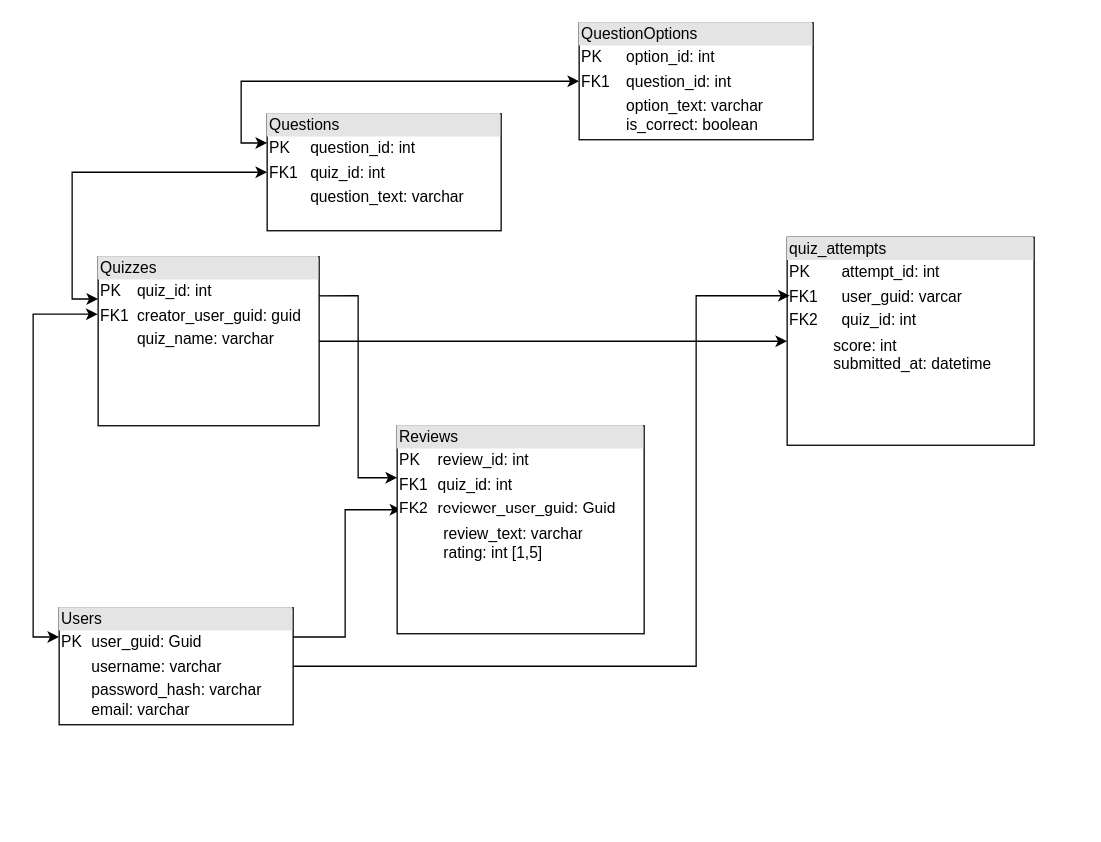
This is UI_Design_And_Diagrams/Diagrams/DatabaseDiagram.drawio from Tonari239/Web-QuizReviewer, a draw.io file, before an edit. Source tidied: cells renumbered, new cells numbered last; positions are measured from the earlier drawing's top-left corner, leaving out a move shared by most shapes. Both pictures are drawn from the tidied source at 130%, with x=0, y=0 at pixel (58, 22).
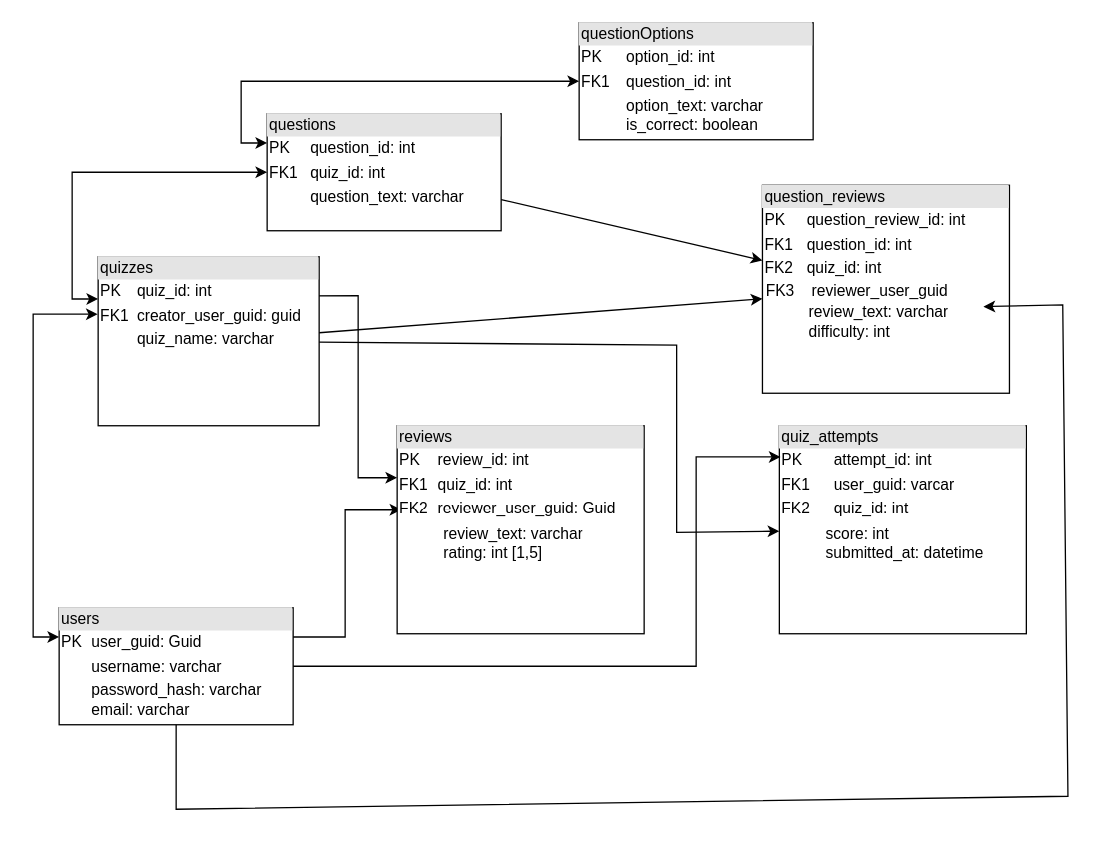
After the change.

Unchanged cells that the change refers to:
```xml
<mxCell id="11" style="group;" parent="1" vertex="1">
  <mxGeometry x="260" y="310" width="190" height="160" as="geometry" />
</mxCell>
<mxCell id="15" value="&lt;div style=&quot;box-sizing: border-box; width: 100%; background: rgb(228, 228, 228); padding: 2px;&quot;&gt;quiz_attempts&lt;/div&gt;&lt;table style=&quot;width:100%;font-size:1em;&quot; cellpadding=&quot;2&quot; cellspacing=&quot;0&quot;&gt;&lt;tbody&gt;&lt;tr&gt;&lt;td&gt;PK&lt;/td&gt;&lt;td&gt;attempt_id: int&lt;/td&gt;&lt;/tr&gt;&lt;tr&gt;&lt;td&gt;FK1&lt;/td&gt;&lt;td&gt;user_guid: varcar&lt;/td&gt;&lt;/tr&gt;&lt;tr&gt;&lt;td&gt;FK2&lt;/td&gt;&lt;td&gt;quiz_id: int&lt;/td&gt;&lt;/tr&gt;&lt;/tbody&gt;&lt;/table&gt;" style="verticalAlign=top;align=left;overflow=fill;html=1;whiteSpace=wrap;" parent="14" vertex="1">
  <mxGeometry width="190" height="160" as="geometry" />
</mxCell>
```

The edit, as a diff of the source:
```diff
@@
-    <mxCell id="3" value="&lt;div style=&quot;box-sizing: border-box; width: 100%; background: rgb(228, 228, 228); padding: 2px;&quot;&gt;Users&lt;/div&gt;&lt;table style=&quot;width:100%;font-size:1em;&quot; cellpadding=&quot;2&quot; cellspacing=&quot;0&quot;&gt;&lt;tbody&gt;&lt;tr&gt;&lt;td&gt;PK&lt;/td&gt;&lt;td&gt;user_guid: Guid&lt;/td&gt;&lt;/tr&gt;&lt;tr&gt;&lt;td&gt;&lt;br&gt;&lt;/td&gt;&lt;td&gt;username: varchar&lt;/td&gt;&lt;/tr&gt;&lt;tr&gt;&lt;td&gt;&lt;/td&gt;&lt;td&gt;password_hash: varchar&lt;br&gt;email: varchar&lt;/td&gt;&lt;/tr&gt;&lt;/tbody&gt;&lt;/table&gt;" style="verticalAlign=top;align=left;overflow=fill;html=1;whiteSpace=wrap;" parent="1" vertex="1">
+    <mxCell id="3" value="&lt;div style=&quot;box-sizing: border-box; width: 100%; background: rgb(228, 228, 228); padding: 2px;&quot;&gt;users&lt;/div&gt;&lt;table style=&quot;width:100%;font-size:1em;&quot; cellpadding=&quot;2&quot; cellspacing=&quot;0&quot;&gt;&lt;tbody&gt;&lt;tr&gt;&lt;td&gt;PK&lt;/td&gt;&lt;td&gt;user_guid: Guid&lt;/td&gt;&lt;/tr&gt;&lt;tr&gt;&lt;td&gt;&lt;br&gt;&lt;/td&gt;&lt;td&gt;username: varchar&lt;/td&gt;&lt;/tr&gt;&lt;tr&gt;&lt;td&gt;&lt;/td&gt;&lt;td&gt;password_hash: varchar&lt;br&gt;email: varchar&lt;/td&gt;&lt;/tr&gt;&lt;/tbody&gt;&lt;/table&gt;" style="verticalAlign=top;align=left;overflow=fill;html=1;whiteSpace=wrap;" parent="1" vertex="1">
       <mxGeometry y="450" width="180" height="90" as="geometry" />
     </mxCell>
@@
-    <mxCell id="5" value="&lt;div style=&quot;box-sizing: border-box; width: 100%; background: rgb(228, 228, 228); padding: 2px;&quot;&gt;Quizzes&lt;/div&gt;&lt;table style=&quot;width:100%;font-size:1em;&quot; cellpadding=&quot;2&quot; cellspacing=&quot;0&quot;&gt;&lt;tbody&gt;&lt;tr&gt;&lt;td&gt;PK&lt;/td&gt;&lt;td&gt;quiz_id: int&lt;/td&gt;&lt;/tr&gt;&lt;tr&gt;&lt;td&gt;FK1&lt;/td&gt;&lt;td&gt;creator_user_guid: guid&lt;/td&gt;&lt;/tr&gt;&lt;tr&gt;&lt;td&gt;&lt;/td&gt;&lt;td&gt;quiz_name: varchar&lt;br&gt;&lt;br&gt;&lt;br&gt;&lt;br&gt;&lt;br&gt;&lt;br&gt;&lt;/td&gt;&lt;/tr&gt;&lt;/tbody&gt;&lt;/table&gt;" style="verticalAlign=top;align=left;overflow=fill;html=1;whiteSpace=wrap;" parent="1" vertex="1">
+    <mxCell id="5" value="&lt;div style=&quot;box-sizing: border-box; width: 100%; background: rgb(228, 228, 228); padding: 2px;&quot;&gt;quizzes&lt;/div&gt;&lt;table style=&quot;width:100%;font-size:1em;&quot; cellpadding=&quot;2&quot; cellspacing=&quot;0&quot;&gt;&lt;tbody&gt;&lt;tr&gt;&lt;td&gt;PK&lt;/td&gt;&lt;td&gt;quiz_id: int&lt;/td&gt;&lt;/tr&gt;&lt;tr&gt;&lt;td&gt;FK1&lt;/td&gt;&lt;td&gt;creator_user_guid: guid&lt;/td&gt;&lt;/tr&gt;&lt;tr&gt;&lt;td&gt;&lt;/td&gt;&lt;td&gt;quiz_name: varchar&lt;br&gt;&lt;br&gt;&lt;br&gt;&lt;br&gt;&lt;br&gt;&lt;br&gt;&lt;/td&gt;&lt;/tr&gt;&lt;/tbody&gt;&lt;/table&gt;" style="verticalAlign=top;align=left;overflow=fill;html=1;whiteSpace=wrap;" parent="1" vertex="1">
       <mxGeometry x="30" y="180" width="170" height="130" as="geometry" />
     </mxCell>
@@
-    <mxCell id="8" value="&lt;div style=&quot;box-sizing: border-box; width: 100%; background: rgb(228, 228, 228); padding: 2px;&quot;&gt;Questions&lt;/div&gt;&lt;table style=&quot;width:100%;font-size:1em;&quot; cellpadding=&quot;2&quot; cellspacing=&quot;0&quot;&gt;&lt;tbody&gt;&lt;tr&gt;&lt;td&gt;PK&lt;/td&gt;&lt;td&gt;question_id: int&lt;/td&gt;&lt;/tr&gt;&lt;tr&gt;&lt;td&gt;FK1&lt;/td&gt;&lt;td&gt;quiz_id: int&lt;/td&gt;&lt;/tr&gt;&lt;tr&gt;&lt;td&gt;&lt;/td&gt;&lt;td&gt;question_text: varchar&lt;/td&gt;&lt;/tr&gt;&lt;/tbody&gt;&lt;/table&gt;" style="verticalAlign=top;align=left;overflow=fill;html=1;whiteSpace=wrap;" parent="1" vertex="1">
+    <mxCell id="8" value="&lt;div style=&quot;box-sizing: border-box; width: 100%; background: rgb(228, 228, 228); padding: 2px;&quot;&gt;questions&lt;/div&gt;&lt;table style=&quot;width:100%;font-size:1em;&quot; cellpadding=&quot;2&quot; cellspacing=&quot;0&quot;&gt;&lt;tbody&gt;&lt;tr&gt;&lt;td&gt;PK&lt;/td&gt;&lt;td&gt;question_id: int&lt;/td&gt;&lt;/tr&gt;&lt;tr&gt;&lt;td&gt;FK1&lt;/td&gt;&lt;td&gt;quiz_id: int&lt;/td&gt;&lt;/tr&gt;&lt;tr&gt;&lt;td&gt;&lt;/td&gt;&lt;td&gt;question_text: varchar&lt;/td&gt;&lt;/tr&gt;&lt;/tbody&gt;&lt;/table&gt;" style="verticalAlign=top;align=left;overflow=fill;html=1;whiteSpace=wrap;" parent="1" vertex="1">
       <mxGeometry x="160" y="70" width="180" height="90" as="geometry" />
     </mxCell>
-    <mxCell id="9" value="&lt;div style=&quot;box-sizing: border-box; width: 100%; background: rgb(228, 228, 228); padding: 2px;&quot;&gt;QuestionOptions&lt;/div&gt;&lt;table style=&quot;width:100%;font-size:1em;&quot; cellpadding=&quot;2&quot; cellspacing=&quot;0&quot;&gt;&lt;tbody&gt;&lt;tr&gt;&lt;td&gt;PK&lt;/td&gt;&lt;td&gt;option_id: int&lt;/td&gt;&lt;/tr&gt;&lt;tr&gt;&lt;td&gt;FK1&lt;/td&gt;&lt;td&gt;question_id: int&lt;/td&gt;&lt;/tr&gt;&lt;tr&gt;&lt;td&gt;&lt;/td&gt;&lt;td&gt;option_text: varchar&lt;br&gt;is_correct: boolean&lt;/td&gt;&lt;/tr&gt;&lt;/tbody&gt;&lt;/table&gt;" style="verticalAlign=top;align=left;overflow=fill;html=1;whiteSpace=wrap;" parent="1" vertex="1">
+    <mxCell id="9" value="&lt;div style=&quot;box-sizing: border-box; width: 100%; background: rgb(228, 228, 228); padding: 2px;&quot;&gt;questionOptions&lt;/div&gt;&lt;table style=&quot;width:100%;font-size:1em;&quot; cellpadding=&quot;2&quot; cellspacing=&quot;0&quot;&gt;&lt;tbody&gt;&lt;tr&gt;&lt;td&gt;PK&lt;/td&gt;&lt;td&gt;option_id: int&lt;/td&gt;&lt;/tr&gt;&lt;tr&gt;&lt;td&gt;FK1&lt;/td&gt;&lt;td&gt;question_id: int&lt;/td&gt;&lt;/tr&gt;&lt;tr&gt;&lt;td&gt;&lt;/td&gt;&lt;td&gt;option_text: varchar&lt;br&gt;is_correct: boolean&lt;/td&gt;&lt;/tr&gt;&lt;/tbody&gt;&lt;/table&gt;" style="verticalAlign=top;align=left;overflow=fill;html=1;whiteSpace=wrap;" parent="1" vertex="1">
       <mxGeometry x="400" width="180" height="90" as="geometry" />
     </mxCell>
@@
-    <mxCell id="12" value="&lt;div style=&quot;box-sizing: border-box; width: 100%; background: rgb(228, 228, 228); padding: 2px;&quot;&gt;Reviews&lt;/div&gt;&lt;table style=&quot;width:100%;font-size:1em;&quot; cellpadding=&quot;2&quot; cellspacing=&quot;0&quot;&gt;&lt;tbody&gt;&lt;tr&gt;&lt;td&gt;PK&lt;/td&gt;&lt;td&gt;review_id: int&lt;/td&gt;&lt;/tr&gt;&lt;tr&gt;&lt;td&gt;FK1&lt;/td&gt;&lt;td&gt;quiz_id: int&lt;/td&gt;&lt;/tr&gt;&lt;tr&gt;&lt;td&gt;FK2&lt;/td&gt;&lt;td&gt;reviewer_user_guid: Guid&lt;/td&gt;&lt;/tr&gt;&lt;/tbody&gt;&lt;/table&gt;" style="verticalAlign=top;align=left;overflow=fill;html=1;whiteSpace=wrap;" parent="11" vertex="1">
+    <mxCell id="12" value="&lt;div style=&quot;box-sizing: border-box; width: 100%; background: rgb(228, 228, 228); padding: 2px;&quot;&gt;reviews&lt;/div&gt;&lt;table style=&quot;width:100%;font-size:1em;&quot; cellpadding=&quot;2&quot; cellspacing=&quot;0&quot;&gt;&lt;tbody&gt;&lt;tr&gt;&lt;td&gt;PK&lt;/td&gt;&lt;td&gt;review_id: int&lt;/td&gt;&lt;/tr&gt;&lt;tr&gt;&lt;td&gt;FK1&lt;/td&gt;&lt;td&gt;quiz_id: int&lt;/td&gt;&lt;/tr&gt;&lt;tr&gt;&lt;td&gt;FK2&lt;/td&gt;&lt;td&gt;reviewer_user_guid: Guid&lt;/td&gt;&lt;/tr&gt;&lt;/tbody&gt;&lt;/table&gt;" style="verticalAlign=top;align=left;overflow=fill;html=1;whiteSpace=wrap;" parent="11" vertex="1">
       <mxGeometry width="190" height="160" as="geometry" />
     </mxCell>
@@
     <mxCell id="14" style="group;" parent="1" vertex="1">
-      <mxGeometry x="560" y="165" width="190" height="160" as="geometry" />
+      <mxGeometry x="554" y="310" width="190" height="160" as="geometry" />
     </mxCell>
@@
-    <mxCell id="17" style="endArrow=classic;html=1;rounded=0;" parent="1" edge="1" source="3">
+    <mxCell id="17" style="endArrow=classic;html=1;rounded=0;entryX=0.005;entryY=0.15;entryDx=0;entryDy=0;entryPerimeter=0;" parent="1" edge="1" source="3" target="15">
       <mxGeometry relative="1" as="geometry">
-        <mxPoint x="562" y="210" as="targetPoint" />
         <Array as="points">
           <mxPoint x="490" y="495" />
-          <mxPoint x="490" y="210" />
+          <mxPoint x="490" y="334" />
         </Array>
       </mxGeometry>
     </mxCell>
+    <mxCell id="19" style="group;" parent="1" vertex="1">
+      <mxGeometry x="541" y="125" width="190" height="160" as="geometry" />
+    </mxCell>
+    <mxCell id="20" value="&lt;div style=&quot;box-sizing: border-box; width: 100%; background: rgb(228, 228, 228); padding: 2px;&quot;&gt;question_reviews&lt;/div&gt;&lt;table style=&quot;width:100%;font-size:1em;&quot; cellpadding=&quot;2&quot; cellspacing=&quot;0&quot;&gt;&lt;tbody&gt;&lt;tr&gt;&lt;td&gt;PK&lt;/td&gt;&lt;td&gt;question_review_id: int&lt;/td&gt;&lt;/tr&gt;&lt;tr&gt;&lt;td&gt;FK1&lt;/td&gt;&lt;td&gt;question_id: int&lt;/td&gt;&lt;/tr&gt;&lt;tr&gt;&lt;td&gt;FK2&lt;/td&gt;&lt;td&gt;quiz_id: int&lt;/td&gt;&lt;/tr&gt;&lt;/tbody&gt;&lt;/table&gt;" style="verticalAlign=top;align=left;overflow=fill;html=1;whiteSpace=wrap;" parent="19" vertex="1">
+      <mxGeometry width="190" height="160" as="geometry" />
+    </mxCell>
+    <mxCell id="21" value="&lt;div&gt;&lt;br&gt;&lt;/div&gt;&lt;div&gt;review_text: varchar&lt;/div&gt;&lt;div&gt;difficulty: int&lt;/div&gt;" style="text;strokeColor=none;fillColor=none;align=left;verticalAlign=top;spacingLeft=4;spacingRight=4;overflow=hidden;points=[[0,0.5],[1,0.5]];portConstraint=eastwest;whiteSpace=wrap;html=1;" parent="19" vertex="1">
+      <mxGeometry x="30" y="70" width="140" height="50" as="geometry" />
+    </mxCell>
+    <mxCell id="22" value="FK3&amp;nbsp; &amp;nbsp; reviewer_user_guid" style="text;html=1;whiteSpace=wrap;strokeColor=none;fillColor=none;align=center;verticalAlign=middle;rounded=0;" parent="19" vertex="1">
+      <mxGeometry x="-16" y="67" width="178" height="30" as="geometry" />
+    </mxCell>
+    <mxCell id="23" style="endArrow=classic;html=1;rounded=0;" parent="1" edge="1" source="8" target="20">
+      <mxGeometry relative="1" as="geometry" />
+    </mxCell>
+    <mxCell id="24" style="endArrow=classic;html=1;rounded=0;" parent="1" edge="1" source="5" target="20">
+      <mxGeometry relative="1" as="geometry" />
+    </mxCell>
+    <mxCell id="25" style="endArrow=classic;html=1;rounded=0;" parent="1" edge="1" source="3" target="21">
+      <mxGeometry relative="1" as="geometry">
+        <Array as="points">
+          <mxPoint x="90" y="605" />
+          <mxPoint x="776" y="595" />
+          <mxPoint x="772" y="217" />
+        </Array>
+      </mxGeometry>
+    </mxCell>
-    <mxCell id="18" style="endArrow=classic;html=1;rounded=0;exitX=1;exitY=0.5;exitDx=0;exitDy=0;" parent="1" edge="1" source="5" target="15">
-      <mxGeometry relative="1" as="geometry" />
+    <mxCell id="18" style="endArrow=classic;html=1;rounded=0;" parent="1" edge="1" source="5" target="15">
+      <mxGeometry relative="1" as="geometry">
+        <Array as="points">
+          <mxPoint x="475" y="248" />
+          <mxPoint x="475" y="392" />
+        </Array>
+      </mxGeometry>
     </mxCell>
```
